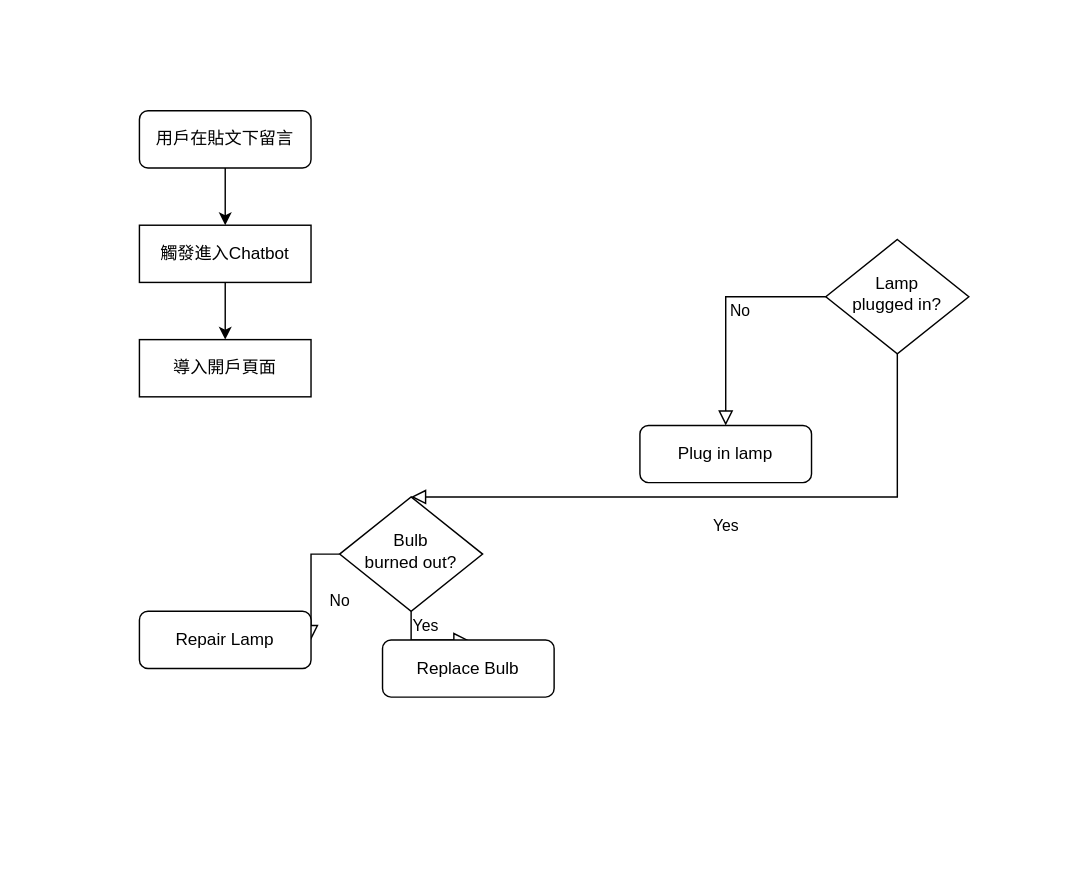
The draw.io diagram 富蘭克林專案_顧客旅程圖.drawio in julie-b05302301/diagram.io, before the edit. Source tidied: cells renumbered, new cells numbered last; positions are measured from the earlier drawing's top-left corner, leaving out a move shared by most shapes. Both pictures are drawn from the tidied source at 143%, with x=0, y=0 at pixel (139, 110).
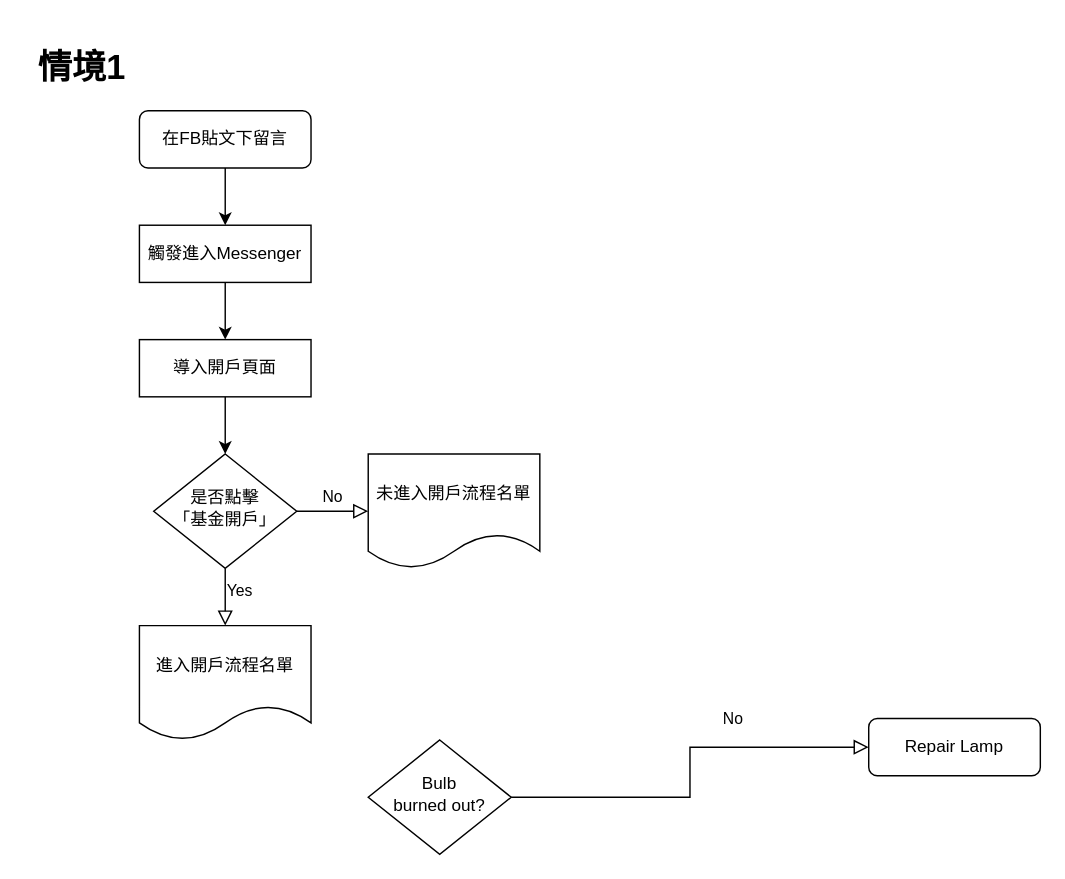
The same diagram, later.

Commit message (it also covers changes not shown here):
更新富蘭克林專案_顧客旅程圖.drawio

Diff of the diagram source:
```diff
@@
 <mxGraphModel>
   <root>
     <mxCell id="0" />
     <mxCell id="1" parent="0" />
     <mxCell id="2" style="edgeStyle=orthogonalEdgeStyle;rounded=0;jettySize=auto;html=1;exitX=0.5;exitY=1;exitDx=0;exitDy=0;entryX=0.5;entryY=0;entryDx=0;entryDy=0;" parent="1" edge="1" source="3" target="14">
       <mxGeometry relative="1" as="geometry" />
     </mxCell>
-    <mxCell id="3" value="用戶在貼文下留言" style="rounded=1;whiteSpace=wrap;html=1;fontSize=12;glass=0;strokeWidth=1;shadow=0;" parent="1" vertex="1">
+    <mxCell id="3" value="在FB貼文下留言" style="rounded=1;whiteSpace=wrap;html=1;fontSize=12;glass=0;strokeWidth=1;shadow=0;" parent="1" vertex="1">
       <mxGeometry width="120" height="40" as="geometry" />
     </mxCell>
-    <mxCell id="4" value="Yes" style="rounded=0;html=1;jettySize=auto;fontSize=11;endArrow=block;endFill=0;endSize=8;strokeWidth=1;shadow=0;labelBackgroundColor=none;edgeStyle=orthogonalEdgeStyle;" parent="1" edge="1" source="6" target="10">
-      <mxGeometry y="20" relative="1" as="geometry">
-        <Array as="points">
-          <mxPoint x="530" y="270" />
-        </Array>
-      </mxGeometry>
-    </mxCell>
-    <mxCell id="5" value="No" style="edgeStyle=orthogonalEdgeStyle;rounded=0;html=1;jettySize=auto;fontSize=11;endArrow=block;endFill=0;endSize=8;strokeWidth=1;shadow=0;labelBackgroundColor=none;" parent="1" edge="1" source="6" target="7">
+    <mxCell id="5" value="No" style="edgeStyle=orthogonalEdgeStyle;rounded=0;html=1;jettySize=auto;fontSize=11;endArrow=block;endFill=0;endSize=8;strokeWidth=1;shadow=0;labelBackgroundColor=none;entryX=0;entryY=0.5;entryDx=0;entryDy=0;" parent="1" edge="1" source="18" target="19">
       <mxGeometry y="10" relative="1" as="geometry" />
     </mxCell>
-    <mxCell id="6" value="Lamp&lt;br&gt;plugged in?" style="rhombus;whiteSpace=wrap;html=1;shadow=0;fontFamily=Helvetica;fontSize=12;align=center;strokeWidth=1;spacing=6;spacingTop=-4;" parent="1" vertex="1">
-      <mxGeometry x="480" y="90" width="100" height="80" as="geometry" />
-    </mxCell>
-    <mxCell id="7" value="Plug in lamp" style="rounded=1;whiteSpace=wrap;html=1;fontSize=12;glass=0;strokeWidth=1;shadow=0;" parent="1" vertex="1">
-      <mxGeometry x="350" y="220" width="120" height="40" as="geometry" />
-    </mxCell>
     <mxCell id="8" value="No" style="rounded=0;html=1;jettySize=auto;fontSize=11;endArrow=block;endFill=0;endSize=8;strokeWidth=1;shadow=0;labelBackgroundColor=none;edgeStyle=orthogonalEdgeStyle;" parent="1" edge="1" source="10" target="11">
       <mxGeometry x="0.33" y="20" relative="1" as="geometry" />
     </mxCell>
-    <mxCell id="9" value="Yes" style="edgeStyle=orthogonalEdgeStyle;rounded=0;html=1;jettySize=auto;fontSize=11;endArrow=block;endFill=0;endSize=8;strokeWidth=1;shadow=0;labelBackgroundColor=none;" parent="1" edge="1" source="10" target="12">
-      <mxGeometry y="10" relative="1" as="geometry" />
+    <mxCell id="9" value="Yes" style="edgeStyle=orthogonalEdgeStyle;rounded=0;html=1;jettySize=auto;fontSize=11;endArrow=block;endFill=0;endSize=8;strokeWidth=1;shadow=0;labelBackgroundColor=none;exitX=0.5;exitY=1;exitDx=0;exitDy=0;entryX=0.5;entryY=0;entryDx=0;entryDy=0;" parent="1" edge="1" source="18" target="20">
+      <mxGeometry x="-0.2" y="10" relative="1" as="geometry" />
     </mxCell>
     <mxCell id="10" value="Bulb&lt;br&gt;burned out?" style="rhombus;whiteSpace=wrap;html=1;shadow=0;fontFamily=Helvetica;fontSize=12;align=center;strokeWidth=1;spacing=6;spacingTop=-4;" parent="1" vertex="1">
-      <mxGeometry x="140" y="270" width="100" height="80" as="geometry" />
+      <mxGeometry x="160" y="440" width="100" height="80" as="geometry" />
     </mxCell>
     <mxCell id="11" value="Repair Lamp" style="rounded=1;whiteSpace=wrap;html=1;fontSize=12;glass=0;strokeWidth=1;shadow=0;" parent="1" vertex="1">
-      <mxGeometry y="350" width="120" height="40" as="geometry" />
+      <mxGeometry x="510" y="425" width="120" height="40" as="geometry" />
     </mxCell>
-    <mxCell id="12" value="Replace Bulb" style="rounded=1;whiteSpace=wrap;html=1;fontSize=12;glass=0;strokeWidth=1;shadow=0;" parent="1" vertex="1">
-      <mxGeometry x="170" y="370" width="120" height="40" as="geometry" />
-    </mxCell>
     <mxCell id="13" style="edgeStyle=orthogonalEdgeStyle;rounded=0;jettySize=auto;html=1;exitX=0.5;exitY=1;exitDx=0;exitDy=0;entryX=0.5;entryY=0;entryDx=0;entryDy=0;" parent="1" edge="1" source="14" target="15">
       <mxGeometry relative="1" as="geometry" />
     </mxCell>
-    <mxCell id="14" value="觸發進入Chatbot" style="rounded=0;whiteSpace=wrap;html=1;" parent="1" vertex="1">
+    <mxCell id="14" value="觸發進入Messenger" style="rounded=0;whiteSpace=wrap;html=1;" parent="1" vertex="1">
       <mxGeometry y="80" width="120" height="40" as="geometry" />
     </mxCell>
+    <mxCell id="16" style="edgeStyle=orthogonalEdgeStyle;rounded=0;jettySize=auto;html=1;exitX=0.5;exitY=1;exitDx=0;exitDy=0;entryX=0.5;entryY=0;entryDx=0;entryDy=0;" parent="1" edge="1" source="15" target="18">
+      <mxGeometry relative="1" as="geometry" />
+    </mxCell>
     <mxCell id="15" value="導入開戶頁面" style="rounded=0;whiteSpace=wrap;html=1;" parent="1" vertex="1">
       <mxGeometry y="160" width="120" height="40" as="geometry" />
     </mxCell>
+    <mxCell id="17" value="&lt;h1&gt;情境1&lt;/h1&gt;" style="text;html=1;strokeColor=none;fillColor=none;spacing=5;spacingTop=-20;whiteSpace=wrap;overflow=hidden;rounded=0;align=center;" parent="1" vertex="1">
+      <mxGeometry x="-80" y="-50" width="80" height="40" as="geometry" />
+    </mxCell>
+    <mxCell id="18" value="是否點擊&lt;br&gt;「基金開戶」" style="rhombus;whiteSpace=wrap;html=1;shadow=0;fontFamily=Helvetica;fontSize=12;align=center;strokeWidth=1;spacing=6;spacingTop=-4;" parent="1" vertex="1">
+      <mxGeometry x="10" y="240" width="100" height="80" as="geometry" />
+    </mxCell>
+    <mxCell id="19" value="未進入開戶流程名單" style="shape=document;whiteSpace=wrap;html=1;boundedLbl=1;" parent="1" vertex="1">
+      <mxGeometry x="160" y="240" width="120" height="80" as="geometry" />
+    </mxCell>
+    <mxCell id="20" value="進入開戶流程名單" style="shape=document;whiteSpace=wrap;html=1;boundedLbl=1;" parent="1" vertex="1">
+      <mxGeometry y="360" width="120" height="80" as="geometry" />
+    </mxCell>
   </root>
 </mxGraphModel>
```
